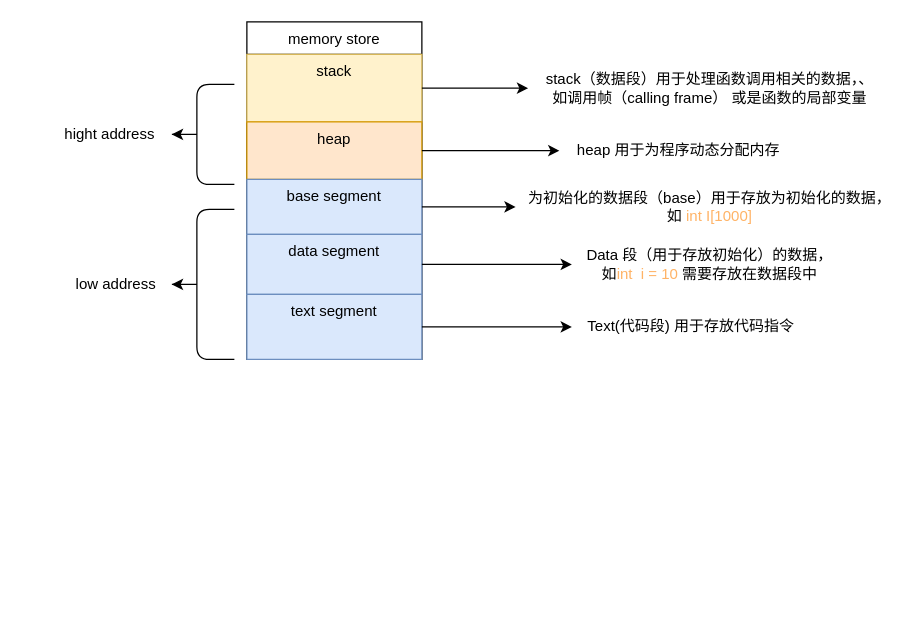
Above: complier.drawio in zhangbiggs/UML_Learn (draw.io), before the change. Source tidied: cells renumbered, new cells numbered last; positions are measured from the earlier drawing's top-left corner, leaving out a move shared by most shapes. Both pictures are drawn from the tidied source at 125%, with x=0, y=0 at pixel (46, 21).
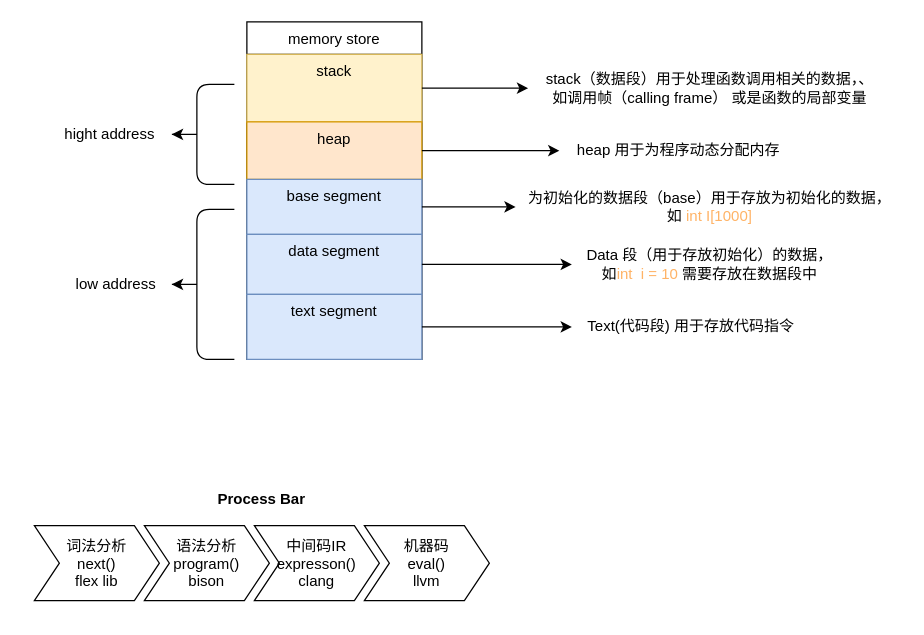
The same diagram, later.

Change to the diagram source:
```diff
@@
+    <mxCell id="24" value="Process Bar" style="swimlane;horizontal=1;fillColor=none;strokeColor=none;stackBorder=10;align=center;fontColor=#000000;" parent="1" vertex="1">
+      <mxGeometry x="-20" y="370" width="384" height="103" as="geometry" />
+    </mxCell>
+    <mxCell id="25" value="词法分析&#10;next()&#10;flex lib" style="shape=step;perimeter=stepPerimeter;fixedSize=1;" parent="24" vertex="1">
+      <mxGeometry x="10" y="33" width="100" height="60" as="geometry" />
+    </mxCell>
+    <mxCell id="26" value="语法分析&#10;program()&#10;bison" style="shape=step;perimeter=stepPerimeter;fixedSize=1;" parent="24" vertex="1">
+      <mxGeometry x="98" y="33" width="100" height="60" as="geometry" />
+    </mxCell>
+    <mxCell id="27" value="中间码IR&#10;expresson()&#10;clang" style="shape=step;perimeter=stepPerimeter;fixedSize=1;" parent="24" vertex="1">
+      <mxGeometry x="186" y="33" width="100" height="60" as="geometry" />
+    </mxCell>
+    <mxCell id="28" value="机器码&#10;eval()&#10;llvm" style="shape=step;perimeter=stepPerimeter;fixedSize=1;" parent="24" vertex="1">
+      <mxGeometry x="274" y="33" width="100" height="60" as="geometry" />
+    </mxCell>
```
